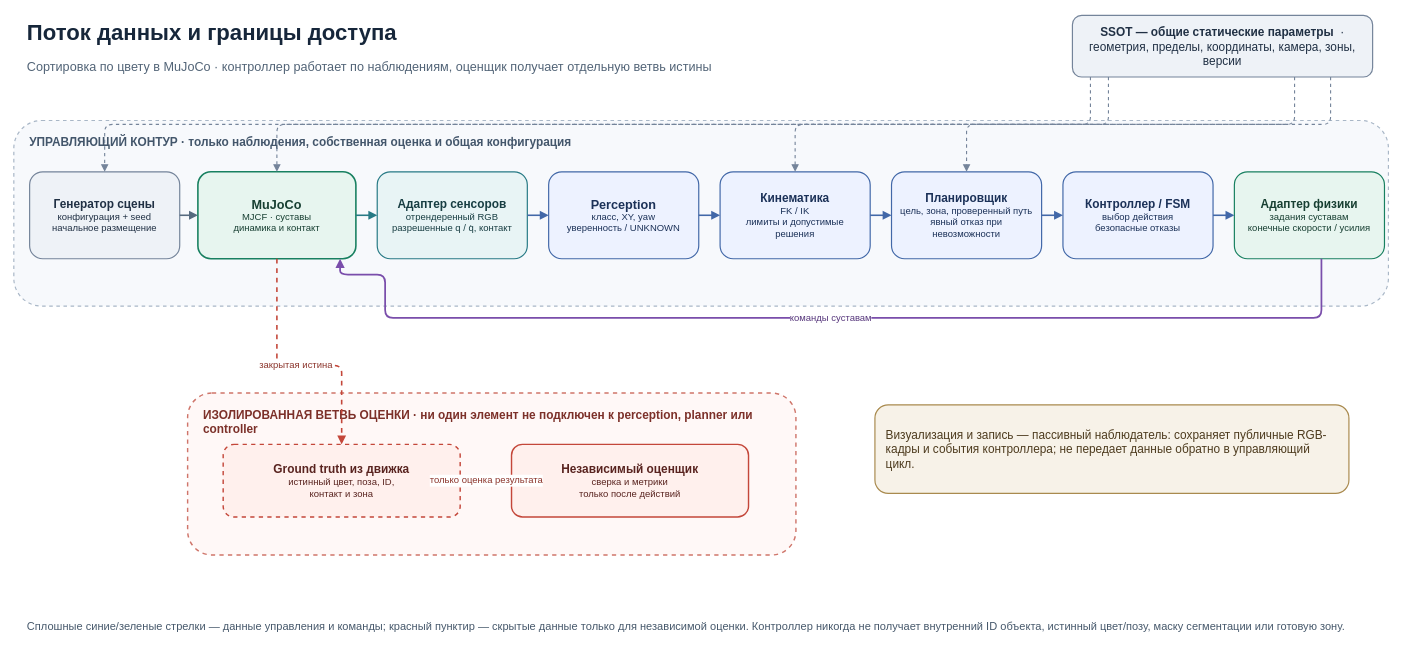
Above: 03_Модель_и_схемы/architecture/Архитектура_M1.drawio in Garun-mp4/kursach-ruslan (draw.io), before the change. Source tidied: cells renumbered, new cells numbered last; positions are measured from the earlier drawing's top-left corner, leaving out a move shared by most shapes. Both pictures are drawn from the tidied source at 79%, with x=0, y=0 at pixel (13, 13).
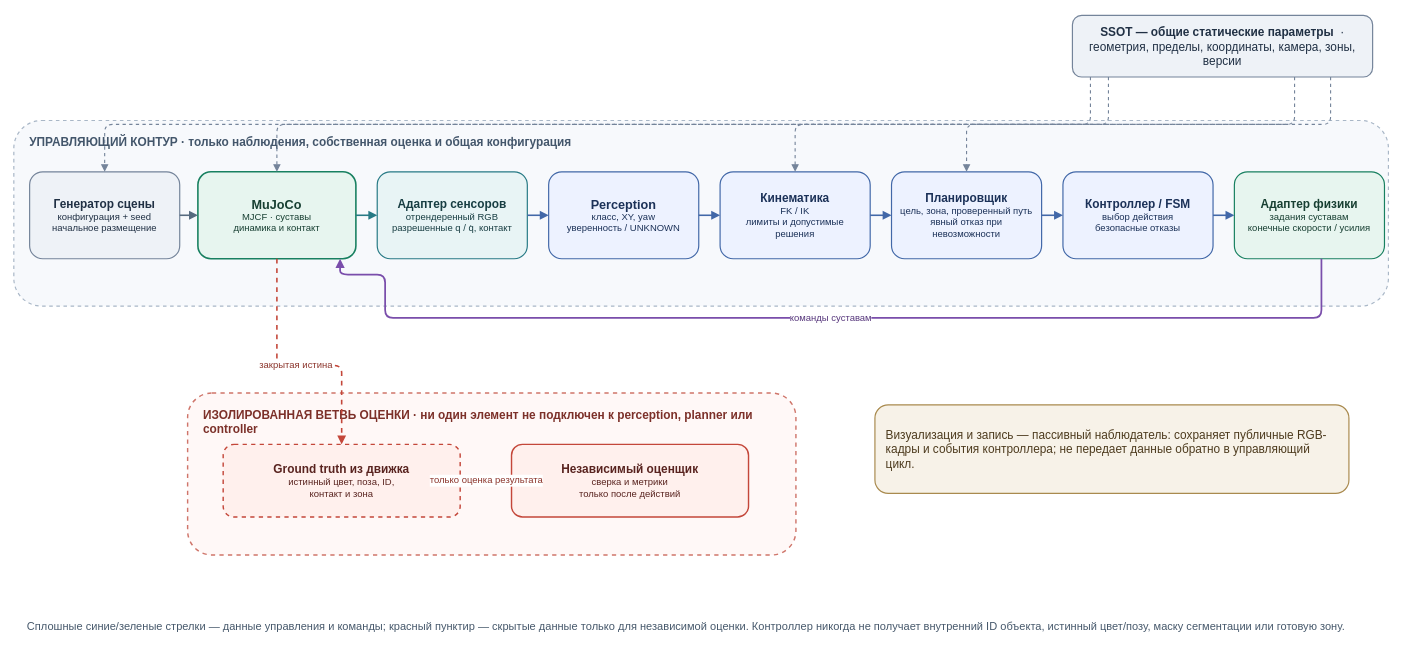
Above is the later version.

Change to the diagram source:
```diff
@@
-    <mxCell id="2" value="Поток данных и границы доступа" style="text;html=1;strokeColor=none;fillColor=none;align=left;verticalAlign=middle;whiteSpace=wrap;rounded=0;fontColor=#16263A;fontSize=28;fontStyle=1;" parent="1" vertex="1">
-      <mxGeometry x="15" width="980" height="48" as="geometry" />
-    </mxCell>
-    <mxCell id="3" value="Сортировка по цвету в MuJoCo · контроллер работает по наблюдениям, оценщик получает отдельную ветвь истины" style="text;html=1;strokeColor=none;fillColor=none;align=left;verticalAlign=middle;whiteSpace=wrap;rounded=0;fontColor=#526477;fontSize=16;" parent="1" vertex="1">
-      <mxGeometry x="15" y="52" width="1270" height="30" as="geometry" />
-    </mxCell>
```
